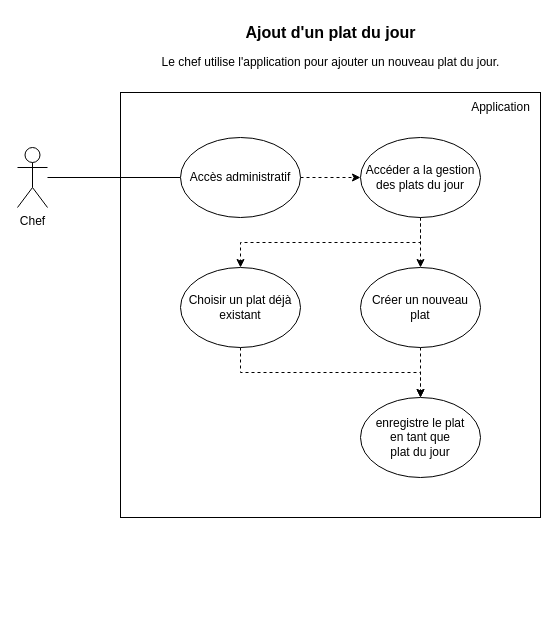
This is diagrammes_cas_utilisation/Diagramme de cas d'utilisation - ajout plat du jour.drawio from arcausin/ExpressFood, a draw.io file, before an edit. Source tidied: cells renumbered, new cells numbered last; positions are measured from the earlier drawing's top-left corner, leaving out a move shared by most shapes. Both pictures are drawn from the tidied source at 100%, with x=0, y=0 at pixel (17, 17).
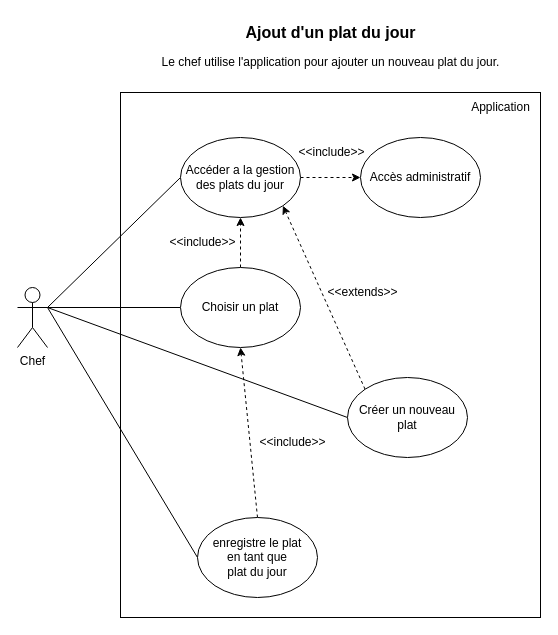
The same diagram, later.

Commit message (it also covers changes not shown here):
correction diagrammes de cas d'utilisation

What changed in the source:
```diff
@@
     <mxCell id="2" style="rounded=0;whiteSpace=wrap;html=1;" parent="1" vertex="1">
-      <mxGeometry x="103" y="75" width="420" height="425" as="geometry" />
+      <mxGeometry x="103" y="75" width="420" height="525" as="geometry" />
     </mxCell>
-    <mxCell id="3" style="edgeStyle=orthogonalEdgeStyle;rounded=0;jettySize=auto;html=1;entryX=0;entryY=0.5;entryDx=0;entryDy=0;endArrow=none;endFill=0;" parent="1" edge="1" source="4" target="7">
-      <mxGeometry relative="1" as="geometry" />
-    </mxCell>
+    <mxCell id="18" style="edgeStyle=orthogonalEdgeStyle;rounded=0;jettySize=auto;html=1;exitX=1;exitY=0.3333333333333333;exitDx=0;exitDy=0;exitPerimeter=0;entryX=0;entryY=0.5;entryDx=0;entryDy=0;endArrow=none;endFill=0;" parent="1" edge="1" source="4" target="17">
+      <mxGeometry relative="1" as="geometry" />
+    </mxCell>
+    <mxCell id="19" style="rounded=0;jettySize=auto;html=1;exitX=1;exitY=0.3333333333333333;exitDx=0;exitDy=0;exitPerimeter=0;entryX=0;entryY=0.5;entryDx=0;entryDy=0;endArrow=none;endFill=0;" parent="1" edge="1" source="4" target="10">
+      <mxGeometry relative="1" as="geometry" />
+    </mxCell>
+    <mxCell id="20" style="rounded=0;jettySize=auto;html=1;exitX=1;exitY=0.3333333333333333;exitDx=0;exitDy=0;exitPerimeter=0;entryX=0;entryY=0.5;entryDx=0;entryDy=0;endArrow=none;endFill=0;" parent="1" edge="1" source="4" target="13">
+      <mxGeometry relative="1" as="geometry" />
+    </mxCell>
+    <mxCell id="21" style="rounded=0;jettySize=auto;html=1;exitX=1;exitY=0.3333333333333333;exitDx=0;exitDy=0;exitPerimeter=0;entryX=0;entryY=0.5;entryDx=0;entryDy=0;endArrow=none;endFill=0;" parent="1" edge="1" source="4" target="9">
+      <mxGeometry relative="1" as="geometry" />
+    </mxCell>
     <mxCell id="4" value="Chef" style="shape=umlActor;verticalLabelPosition=bottom;verticalAlign=top;html=1;outlineConnect=0;" parent="1" vertex="1">
-      <mxGeometry y="130" width="30" height="60" as="geometry" />
+      <mxGeometry y="270" width="30" height="60" as="geometry" />
     </mxCell>
@@
-    <mxCell id="6" style="edgeStyle=orthogonalEdgeStyle;rounded=0;jettySize=auto;html=1;exitX=1;exitY=0.5;exitDx=0;exitDy=0;entryX=0;entryY=0.5;entryDx=0;entryDy=0;dashed=1;" parent="1" edge="1" source="7" target="13">
-      <mxGeometry relative="1" as="geometry" />
-    </mxCell>
     <mxCell id="7" value="Accès administratif" style="ellipse;whiteSpace=wrap;html=1;" parent="1" vertex="1">
-      <mxGeometry x="163" y="120" width="120" height="80" as="geometry" />
+      <mxGeometry x="343" y="120" width="120" height="80" as="geometry" />
     </mxCell>
-    <mxCell id="8" style="edgeStyle=orthogonalEdgeStyle;rounded=0;jettySize=auto;html=1;exitX=0.5;exitY=1;exitDx=0;exitDy=0;entryX=0.5;entryY=0;entryDx=0;entryDy=0;dashed=1;" parent="1" edge="1" source="9" target="10">
-      <mxGeometry relative="1" as="geometry" />
-    </mxCell>
+    <mxCell id="22" style="rounded=0;jettySize=auto;html=1;exitX=0;exitY=0;exitDx=0;exitDy=0;entryX=1;entryY=1;entryDx=0;entryDy=0;dashed=1;" parent="1" edge="1" source="9" target="13">
+      <mxGeometry relative="1" as="geometry" />
+    </mxCell>
     <mxCell id="9" value="Créer un nouveau plat" style="ellipse;whiteSpace=wrap;html=1;" parent="1" vertex="1">
-      <mxGeometry x="343" y="250" width="120" height="80" as="geometry" />
+      <mxGeometry x="330" y="360" width="120" height="80" as="geometry" />
     </mxCell>
+    <mxCell id="23" style="rounded=0;jettySize=auto;html=1;exitX=0.5;exitY=0;exitDx=0;exitDy=0;entryX=0.5;entryY=1;entryDx=0;entryDy=0;dashed=1;" parent="1" edge="1" source="10" target="17">
+      <mxGeometry relative="1" as="geometry" />
+    </mxCell>
     <mxCell id="10" value="&lt;div&gt;enregistre le plat&lt;/div&gt;&lt;div&gt;en tant que&lt;/div&gt;&lt;div&gt;plat du jour&lt;/div&gt;" style="ellipse;whiteSpace=wrap;html=1;" parent="1" vertex="1">
-      <mxGeometry x="343" y="380" width="120" height="80" as="geometry" />
+      <mxGeometry x="180" y="500" width="120" height="80" as="geometry" />
     </mxCell>
-    <mxCell id="11" style="edgeStyle=orthogonalEdgeStyle;rounded=0;jettySize=auto;html=1;exitX=0.5;exitY=1;exitDx=0;exitDy=0;entryX=0.5;entryY=0;entryDx=0;entryDy=0;dashed=1;" parent="1" edge="1" source="13" target="9">
-      <mxGeometry relative="1" as="geometry" />
-    </mxCell>
-    <mxCell id="12" style="edgeStyle=orthogonalEdgeStyle;rounded=0;jettySize=auto;html=1;exitX=0.5;exitY=1;exitDx=0;exitDy=0;entryX=0.5;entryY=0;entryDx=0;entryDy=0;dashed=1;" parent="1" edge="1" source="13" target="17">
-      <mxGeometry relative="1" as="geometry" />
-    </mxCell>
+    <mxCell id="24" style="edgeStyle=orthogonalEdgeStyle;rounded=0;jettySize=auto;html=1;exitX=1;exitY=0.5;exitDx=0;exitDy=0;entryX=0;entryY=0.5;entryDx=0;entryDy=0;dashed=1;" parent="1" edge="1" source="13" target="7">
+      <mxGeometry relative="1" as="geometry" />
+    </mxCell>
     <mxCell id="13" value="Accéder a la gestion des plats du jour" style="ellipse;whiteSpace=wrap;html=1;" parent="1" vertex="1">
-      <mxGeometry x="343" y="120" width="120" height="80" as="geometry" />
+      <mxGeometry x="163" y="120" width="120" height="80" as="geometry" />
     </mxCell>
@@
-    <mxCell id="16" style="edgeStyle=orthogonalEdgeStyle;rounded=0;jettySize=auto;html=1;exitX=0.5;exitY=1;exitDx=0;exitDy=0;entryX=0.5;entryY=0;entryDx=0;entryDy=0;dashed=1;" parent="1" edge="1" source="17" target="10">
-      <mxGeometry relative="1" as="geometry" />
-    </mxCell>
+    <mxCell id="25" style="edgeStyle=orthogonalEdgeStyle;rounded=0;jettySize=auto;html=1;exitX=0.5;exitY=0;exitDx=0;exitDy=0;entryX=0.5;entryY=1;entryDx=0;entryDy=0;dashed=1;" parent="1" edge="1" source="17" target="13">
+      <mxGeometry relative="1" as="geometry" />
+    </mxCell>
-    <mxCell id="17" value="Choisir un plat déjà existant" style="ellipse;whiteSpace=wrap;html=1;" parent="1" vertex="1">
+    <mxCell id="17" value="Choisir un plat" style="ellipse;whiteSpace=wrap;html=1;" parent="1" vertex="1">
       <mxGeometry x="163" y="250" width="120" height="80" as="geometry" />
     </mxCell>
+    <mxCell id="26" value="&amp;lt;&amp;lt;extends&amp;gt;&amp;gt;" style="text;html=1;align=center;verticalAlign=middle;strokeColor=none;fillColor=none;fontSize=12;" parent="1" vertex="1">
+      <mxGeometry x="300" y="260" width="90" height="30" as="geometry" />
+    </mxCell>
+    <mxCell id="27" value="&amp;lt;&amp;lt;include&amp;gt;&amp;gt;" style="text;html=1;align=center;verticalAlign=middle;strokeColor=none;fillColor=none;" parent="1" vertex="1">
+      <mxGeometry x="230" y="410" width="90" height="30" as="geometry" />
+    </mxCell>
+    <mxCell id="28" value="&amp;lt;&amp;lt;include&amp;gt;&amp;gt;" style="text;html=1;align=center;verticalAlign=middle;strokeColor=none;fillColor=none;" parent="1" vertex="1">
+      <mxGeometry x="140" y="210" width="90" height="30" as="geometry" />
+    </mxCell>
+    <mxCell id="29" value="&amp;lt;&amp;lt;include&amp;gt;&amp;gt;" style="text;html=1;align=center;verticalAlign=middle;strokeColor=none;fillColor=none;" parent="1" vertex="1">
+      <mxGeometry x="269" y="120" width="90" height="30" as="geometry" />
+    </mxCell>
```
